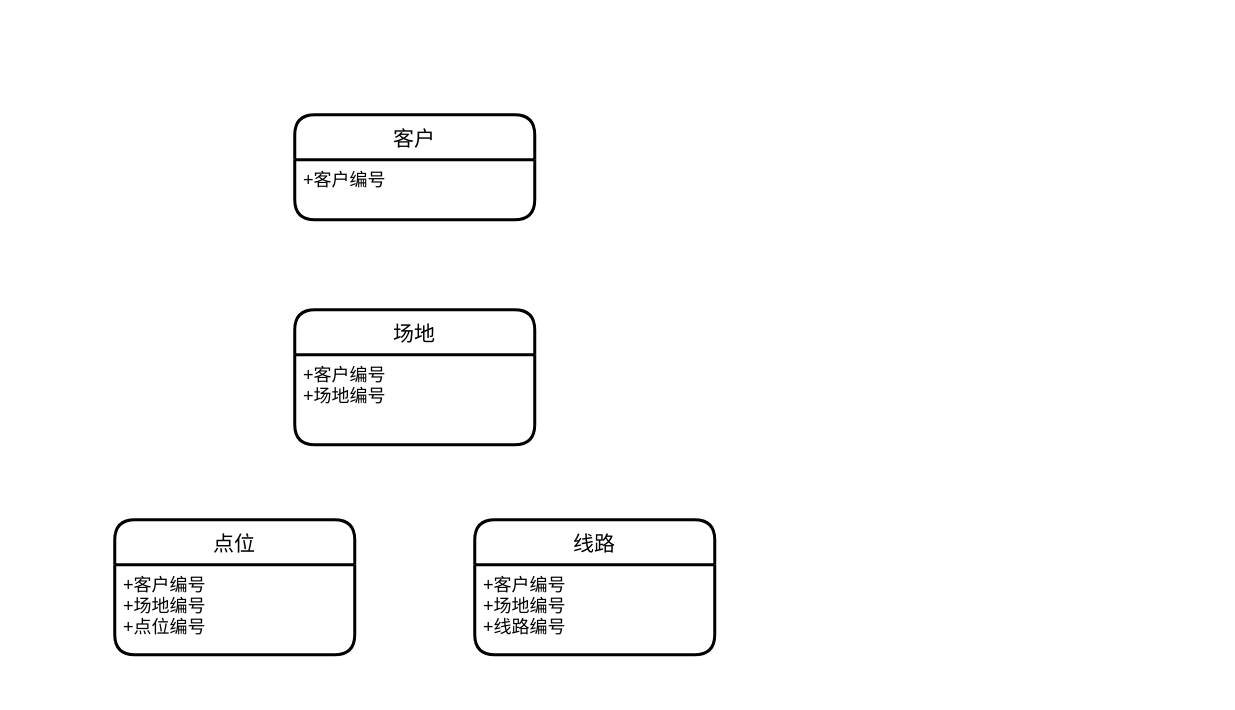
The draw.io diagram draw.io/Untitled Diagram.drawio in Kevin-Huang-NZ/notes, before the edit. Source tidied: cells renumbered, new cells numbered last; positions are measured from the earlier drawing's top-left corner, leaving out a move shared by most shapes. Both pictures are drawn from the tidied source at 150%, with x=0, y=0 at pixel (114, 114).
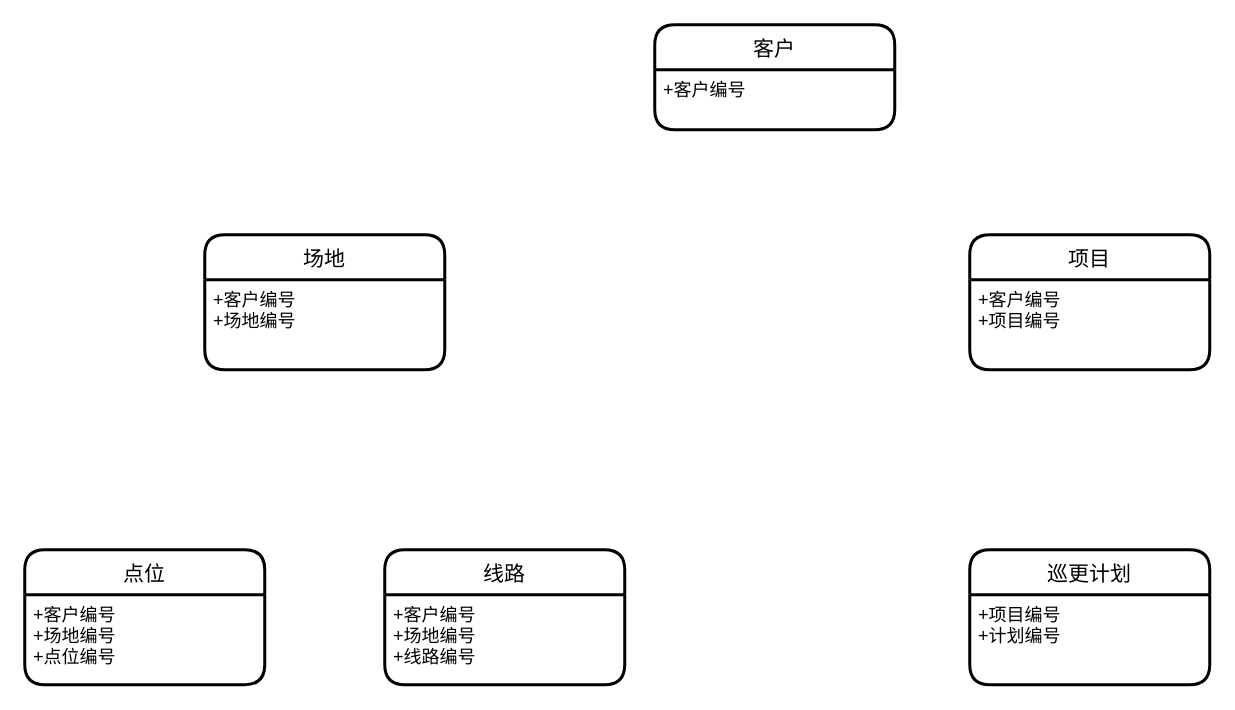
Above is the later version.

The edit, as a diff of the source:
```diff
@@
 <mxGraphModel>
   <root>
     <mxCell id="0" />
     <mxCell id="1" parent="0" />
     <mxCell id="2" value="客户" style="swimlane;horizontal=1;startSize=30;rounded=1;fontSize=14;fontStyle=0;strokeWidth=2;shadow=0;dashed=0;align=center;" parent="1" vertex="1">
-      <mxGeometry x="120" width="160" height="70" as="geometry" />
+      <mxGeometry x="360" y="-60" width="160" height="70" as="geometry" />
     </mxCell>
     <mxCell id="3" value="+客户编号&#10;" style="align=left;strokeColor=none;fillColor=none;spacingLeft=4;fontSize=12;verticalAlign=top;" parent="2" vertex="1">
       <mxGeometry y="30" width="160" height="40" as="geometry" />
     </mxCell>
     <mxCell id="4" value="场地" style="swimlane;horizontal=1;startSize=30;rounded=1;fontSize=14;fontStyle=0;strokeWidth=2;shadow=0;dashed=0;align=center;" parent="1" vertex="1">
-      <mxGeometry x="120" y="130" width="160" height="90" as="geometry" />
+      <mxGeometry x="60" y="80" width="160" height="90" as="geometry" />
     </mxCell>
     <mxCell id="5" value="+客户编号&#10;+场地编号" style="align=left;strokeColor=none;fillColor=none;spacingLeft=4;fontSize=12;verticalAlign=top;" parent="4" vertex="1">
       <mxGeometry y="30" width="160" height="60" as="geometry" />
     </mxCell>
     <mxCell id="6" value="点位" style="swimlane;horizontal=1;startSize=30;rounded=1;fontSize=14;fontStyle=0;strokeWidth=2;shadow=0;dashed=0;align=center;" parent="1" vertex="1">
-      <mxGeometry y="270" width="160" height="90" as="geometry" />
+      <mxGeometry x="-60" y="290" width="160" height="90" as="geometry" />
     </mxCell>
     <mxCell id="7" value="+客户编号&#10;+场地编号&#10;+点位编号" style="align=left;strokeColor=none;fillColor=none;spacingLeft=4;fontSize=12;verticalAlign=top;" parent="6" vertex="1">
       <mxGeometry y="30" width="160" height="60" as="geometry" />
     </mxCell>
     <mxCell id="8" value="线路" style="swimlane;horizontal=1;startSize=30;rounded=1;fontSize=14;fontStyle=0;strokeWidth=2;shadow=0;dashed=0;align=center;" parent="1" vertex="1">
-      <mxGeometry x="240" y="270" width="160" height="90" as="geometry" />
+      <mxGeometry x="180" y="290" width="160" height="90" as="geometry" />
     </mxCell>
     <mxCell id="9" value="+客户编号&#10;+场地编号&#10;+线路编号" style="align=left;strokeColor=none;fillColor=none;spacingLeft=4;fontSize=12;verticalAlign=top;" parent="8" vertex="1">
       <mxGeometry y="30" width="160" height="60" as="geometry" />
     </mxCell>
+    <mxCell id="10" value="项目" style="swimlane;horizontal=1;startSize=30;rounded=1;fontSize=14;fontStyle=0;strokeWidth=2;shadow=0;dashed=0;align=center;" parent="1" vertex="1">
+      <mxGeometry x="570" y="80" width="160" height="90" as="geometry" />
+    </mxCell>
+    <mxCell id="11" value="+客户编号&#10;+项目编号" style="align=left;strokeColor=none;fillColor=none;spacingLeft=4;fontSize=12;verticalAlign=top;" parent="10" vertex="1">
+      <mxGeometry y="30" width="160" height="60" as="geometry" />
+    </mxCell>
+    <mxCell id="12" value="巡更计划" style="swimlane;horizontal=1;startSize=30;rounded=1;fontSize=14;fontStyle=0;strokeWidth=2;shadow=0;dashed=0;align=center;" parent="1" vertex="1">
+      <mxGeometry x="570" y="290" width="160" height="90" as="geometry" />
+    </mxCell>
+    <mxCell id="13" value="+项目编号&#10;+计划编号" style="align=left;strokeColor=none;fillColor=none;spacingLeft=4;fontSize=12;verticalAlign=top;" parent="12" vertex="1">
+      <mxGeometry y="30" width="160" height="60" as="geometry" />
+    </mxCell>
   </root>
 </mxGraphModel>
```
